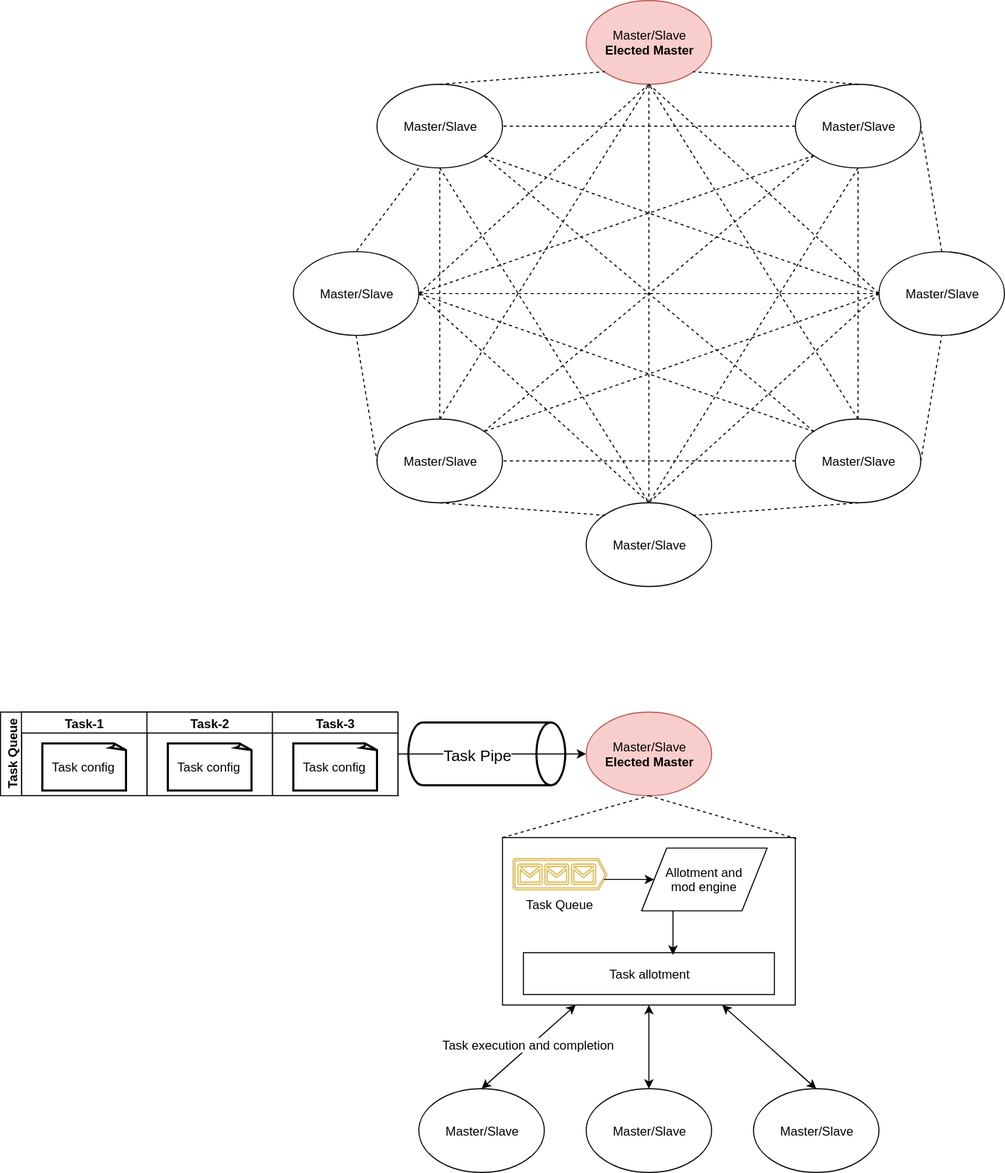
This is DesignDocuments/RepartidoDesign.svg from pwmb/repartido, a draw.io export, as it was before one commit. Source tidied: cells renumbered, new cells last; positions are measured from the earlier drawing's top-left corner, leaving out a move shared by most shapes. Its diagram source:
```xml
<mxGraphModel background="#ffffff">
  <root>
    <mxCell id="0" />
    <mxCell id="1" parent="0" />
    <mxCell id="2" value="Master/Slave" style="ellipse;whiteSpace=wrap;html=1;rounded=0;" parent="1" vertex="1">
      <mxGeometry x="760" y="400" width="120" height="80" as="geometry" />
    </mxCell>
    <mxCell id="3" value="Master/Slave&lt;div&gt;&lt;b&gt;Elected Master&lt;/b&gt;&lt;/div&gt;" style="ellipse;whiteSpace=wrap;html=1;rounded=0;fillColor=#f8cecc;strokeColor=#b85450;" parent="1" vertex="1">
      <mxGeometry x="560" width="120" height="80" as="geometry" />
    </mxCell>
    <mxCell id="4" value="Master/Slave" style="ellipse;whiteSpace=wrap;html=1;rounded=0;" parent="1" vertex="1">
      <mxGeometry x="280" y="240" width="120" height="80" as="geometry" />
    </mxCell>
    <mxCell id="5" value="Master/Slave" style="ellipse;whiteSpace=wrap;html=1;rounded=0;" parent="1" vertex="1">
      <mxGeometry x="760" y="80" width="120" height="80" as="geometry" />
    </mxCell>
    <mxCell id="6" value="Master/Slave" style="ellipse;whiteSpace=wrap;html=1;rounded=0;" parent="1" vertex="1">
      <mxGeometry x="360" y="80" width="120" height="80" as="geometry" />
    </mxCell>
    <mxCell id="7" value="Master/Slave" style="ellipse;whiteSpace=wrap;html=1;rounded=0;" parent="1" vertex="1">
      <mxGeometry x="840" y="240" width="120" height="80" as="geometry" />
    </mxCell>
    <mxCell id="8" value="Master/Slave" style="ellipse;whiteSpace=wrap;html=1;rounded=0;" parent="1" vertex="1">
      <mxGeometry x="560" y="480" width="120" height="80" as="geometry" />
    </mxCell>
    <mxCell id="9" value="Master/Slave" style="ellipse;whiteSpace=wrap;html=1;rounded=0;" parent="1" vertex="1">
      <mxGeometry x="360" y="400" width="120" height="80" as="geometry" />
    </mxCell>
    <mxCell id="10" style="endArrow=none;dashed=1;html=1;entryX=0;entryY=1;exitX=0.5;exitY=0;" parent="1" edge="1" source="6" target="3">
      <mxGeometry relative="1" as="geometry" />
    </mxCell>
    <mxCell id="11" style="endArrow=none;dashed=1;html=1;entryX=1;entryY=1;exitX=0.5;exitY=0;" parent="1" edge="1" source="5" target="3">
      <mxGeometry relative="1" as="geometry" />
    </mxCell>
    <mxCell id="12" style="endArrow=none;dashed=1;html=1;entryX=1;entryY=0.5;exitX=0.5;exitY=0;" parent="1" edge="1" source="7" target="5">
      <mxGeometry relative="1" as="geometry" />
    </mxCell>
    <mxCell id="13" style="endArrow=none;dashed=1;html=1;entryX=0.5;entryY=1;exitX=1;exitY=0;" parent="1" edge="1" source="8" target="2">
      <mxGeometry relative="1" as="geometry" />
    </mxCell>
    <mxCell id="14" style="endArrow=none;dashed=1;html=1;entryX=0;entryY=0;exitX=0.5;exitY=1;" parent="1" edge="1" source="9" target="8">
      <mxGeometry relative="1" as="geometry" />
    </mxCell>
    <mxCell id="15" style="endArrow=none;dashed=1;html=1;entryX=0;entryY=0.5;exitX=0.5;exitY=1;" parent="1" edge="1" source="4" target="9">
      <mxGeometry relative="1" as="geometry" />
    </mxCell>
    <mxCell id="16" style="endArrow=none;dashed=1;html=1;entryX=0.5;entryY=0;" parent="1" edge="1" target="4">
      <mxGeometry relative="1" as="geometry">
        <mxPoint x="400" y="160" as="sourcePoint" />
      </mxGeometry>
    </mxCell>
    <mxCell id="17" style="endArrow=none;dashed=1;html=1;entryX=0.5;entryY=1;exitX=1;exitY=0.5;" parent="1" edge="1" source="2" target="7">
      <mxGeometry relative="1" as="geometry" />
    </mxCell>
    <mxCell id="18" style="endArrow=none;dashed=1;html=1;entryX=0.5;entryY=1;exitX=0.5;exitY=0;" parent="1" edge="1" source="8" target="3">
      <mxGeometry relative="1" as="geometry" />
    </mxCell>
    <mxCell id="19" style="endArrow=none;dashed=1;html=1;entryX=0;entryY=1;exitX=1;exitY=0;" parent="1" edge="1" source="9" target="5">
      <mxGeometry relative="1" as="geometry" />
    </mxCell>
    <mxCell id="20" style="endArrow=none;dashed=1;html=1;entryX=1;entryY=1;exitX=0;exitY=0;" parent="1" edge="1" source="2" target="6">
      <mxGeometry relative="1" as="geometry" />
    </mxCell>
    <mxCell id="21" style="endArrow=none;dashed=1;html=1;entryX=0.5;entryY=1;exitX=0.5;exitY=0;" parent="1" edge="1" source="2" target="3">
      <mxGeometry relative="1" as="geometry" />
    </mxCell>
    <mxCell id="22" style="endArrow=none;dashed=1;html=1;entryX=0.5;entryY=1;exitX=0.5;exitY=0;" parent="1" edge="1" source="9" target="6">
      <mxGeometry relative="1" as="geometry" />
    </mxCell>
    <mxCell id="23" style="endArrow=none;dashed=1;html=1;entryX=0.5;entryY=1;exitX=0.5;exitY=0;" parent="1" edge="1" source="2" target="5">
      <mxGeometry relative="1" as="geometry" />
    </mxCell>
    <mxCell id="24" style="endArrow=none;dashed=1;html=1;entryX=1;entryY=0.5;exitX=0;exitY=0.5;" parent="1" edge="1" source="7" target="4">
      <mxGeometry relative="1" as="geometry" />
    </mxCell>
    <mxCell id="25" style="endArrow=none;dashed=1;html=1;entryX=0.5;entryY=1;exitX=0.5;exitY=0;" parent="1" edge="1" source="9" target="3">
      <mxGeometry relative="1" as="geometry" />
    </mxCell>
    <mxCell id="26" style="endArrow=none;dashed=1;html=1;entryX=0.5;entryY=0;exitX=1;exitY=0.5;" parent="1" edge="1" source="4" target="8">
      <mxGeometry relative="1" as="geometry" />
    </mxCell>
    <mxCell id="27" style="endArrow=none;dashed=1;html=1;entryX=0.5;entryY=0;exitX=0;exitY=0.5;" parent="1" edge="1" source="7" target="8">
      <mxGeometry relative="1" as="geometry" />
    </mxCell>
    <mxCell id="28" style="endArrow=none;dashed=1;html=1;entryX=0.5;entryY=0;exitX=0.5;exitY=1;" parent="1" edge="1" source="6" target="8">
      <mxGeometry relative="1" as="geometry" />
    </mxCell>
    <mxCell id="29" style="endArrow=none;dashed=1;html=1;entryX=0.5;entryY=0;exitX=0.5;exitY=1;" parent="1" edge="1" source="5" target="8">
      <mxGeometry relative="1" as="geometry" />
    </mxCell>
    <mxCell id="30" style="endArrow=none;dashed=1;html=1;entryX=0;entryY=0.5;exitX=0.5;exitY=1;" parent="1" edge="1" source="3" target="7">
      <mxGeometry relative="1" as="geometry" />
    </mxCell>
    <mxCell id="31" style="endArrow=none;dashed=1;html=1;entryX=1;entryY=0.5;exitX=0;exitY=0;" parent="1" edge="1" source="2" target="4">
      <mxGeometry relative="1" as="geometry" />
    </mxCell>
    <mxCell id="32" style="endArrow=none;dashed=1;html=1;entryX=1;entryY=0.5;exitX=0;exitY=0.5;" parent="1" edge="1" source="2" target="9">
      <mxGeometry relative="1" as="geometry" />
    </mxCell>
    <mxCell id="33" style="endArrow=none;dashed=1;html=1;entryX=1;entryY=0.5;exitX=0.5;exitY=1;" parent="1" edge="1" source="3" target="4">
      <mxGeometry relative="1" as="geometry" />
    </mxCell>
    <mxCell id="34" style="endArrow=none;dashed=1;html=1;entryX=1;entryY=0.5;exitX=0;exitY=0.5;" parent="1" edge="1" source="5" target="6">
      <mxGeometry relative="1" as="geometry" />
    </mxCell>
    <mxCell id="35" style="endArrow=none;dashed=1;html=1;entryX=1;entryY=0.5;exitX=0;exitY=1;" parent="1" edge="1" source="5" target="4">
      <mxGeometry relative="1" as="geometry" />
    </mxCell>
    <mxCell id="36" style="endArrow=none;dashed=1;html=1;entryX=1;entryY=0;exitX=0;exitY=0.5;" parent="1" edge="1" source="7" target="9">
      <mxGeometry relative="1" as="geometry" />
    </mxCell>
    <mxCell id="37" style="endArrow=none;dashed=1;html=1;entryX=1;entryY=1;exitX=0;exitY=0.5;" parent="1" edge="1" source="7" target="6">
      <mxGeometry relative="1" as="geometry" />
    </mxCell>
    <mxCell id="38" value="Master/Slave&lt;div&gt;&lt;b&gt;Elected Master&lt;/b&gt;&lt;/div&gt;" style="ellipse;whiteSpace=wrap;html=1;rounded=0;fillColor=#f8cecc;strokeColor=#b85450;" parent="1" vertex="1">
      <mxGeometry x="560" y="680" width="120" height="80" as="geometry" />
    </mxCell>
    <mxCell id="39" value="Master/Slave" style="ellipse;whiteSpace=wrap;html=1;rounded=0;" parent="1" vertex="1">
      <mxGeometry x="560" y="1040" width="120" height="80" as="geometry" />
    </mxCell>
    <mxCell id="40" value="Task Queue" style="swimlane;html=1;startSize=20;horizontal=0;rounded=0;" parent="1" vertex="1">
      <mxGeometry y="680" width="380" height="80" as="geometry" />
    </mxCell>
    <mxCell id="41" value="Task-1" style="swimlane;html=1;startSize=20;" parent="40" vertex="1">
      <mxGeometry x="20" width="120" height="80" as="geometry" />
    </mxCell>
    <mxCell id="42" value="Task config" style="strokeWidth=2;whiteSpace=wrap;html=1;shape=mxgraph.basic.document;rounded=0;" parent="41" vertex="1">
      <mxGeometry x="20" y="30" width="80" height="45" as="geometry" />
    </mxCell>
    <mxCell id="43" value="Task-2" style="swimlane;html=1;startSize=20;" parent="40" vertex="1">
      <mxGeometry x="140" width="120" height="80" as="geometry" />
    </mxCell>
    <mxCell id="44" value="Task config" style="strokeWidth=2;whiteSpace=wrap;html=1;shape=mxgraph.basic.document;rounded=0;" parent="43" vertex="1">
      <mxGeometry x="20" y="30" width="80" height="45" as="geometry" />
    </mxCell>
    <mxCell id="45" value="Task-3" style="swimlane;html=1;startSize=20;" parent="40" vertex="1">
      <mxGeometry x="260" width="120" height="80" as="geometry" />
    </mxCell>
    <mxCell id="46" value="Task config" style="strokeWidth=2;whiteSpace=wrap;html=1;shape=mxgraph.basic.document;rounded=0;" parent="45" vertex="1">
      <mxGeometry x="20" y="30" width="80" height="45" as="geometry" />
    </mxCell>
    <mxCell id="47" style="strokeWidth=2;html=1;shape=mxgraph.flowchart.direct_data;whiteSpace=wrap;rounded=0;" parent="1" vertex="1">
      <mxGeometry x="390" y="690" width="150" height="60" as="geometry" />
    </mxCell>
    <mxCell id="48" style="endArrow=classic;html=1;entryX=0;entryY=0.5;exitX=1;exitY=0.5;" parent="1" edge="1" source="45" target="38">
      <mxGeometry relative="1" as="geometry" />
    </mxCell>
    <mxCell id="49" value="&lt;font style=&quot;font-size: 15px&quot;&gt;Task Pipe&lt;/font&gt;" style="text;html=1;align=center;verticalAlign=middle;labelBackgroundColor=#ffffff;" parent="48" vertex="1">
      <mxGeometry x="-0.16" relative="1" as="geometry" />
    </mxCell>
    <mxCell id="50" value="Master/Slave" style="ellipse;whiteSpace=wrap;html=1;rounded=0;" parent="1" vertex="1">
      <mxGeometry x="400" y="1040" width="120" height="80" as="geometry" />
    </mxCell>
    <mxCell id="51" value="Master/Slave" style="ellipse;whiteSpace=wrap;html=1;rounded=0;" parent="1" vertex="1">
      <mxGeometry x="720" y="1040" width="120" height="80" as="geometry" />
    </mxCell>
    <mxCell id="52" style="rounded=0;whiteSpace=wrap;html=1;" parent="1" vertex="1">
      <mxGeometry x="480" y="800" width="280" height="160" as="geometry" />
    </mxCell>
    <mxCell id="53" style="endArrow=none;dashed=1;html=1;entryX=0.5;entryY=1;exitX=1.004;exitY=0.006;exitPerimeter=0;" parent="1" edge="1" source="52" target="38">
      <mxGeometry relative="1" as="geometry" />
    </mxCell>
    <mxCell id="54" style="endArrow=none;dashed=1;html=1;entryX=0.5;entryY=1;exitX=0;exitY=0;exitPerimeter=0;" parent="1" edge="1" source="52" target="38">
      <mxGeometry relative="1" as="geometry" />
    </mxCell>
    <mxCell id="55" value="Task Queue" style="verticalLabelPosition=bottom;html=1;verticalAlign=top;strokeColor=#d6b656;fillColor=#fff2cc;shape=mxgraph.azure.queue_generic;" parent="1" vertex="1">
      <mxGeometry x="490" y="820" width="90" height="30" as="geometry" />
    </mxCell>
    <mxCell id="56" style="endArrow=classic;html=1;entryX=0;entryY=0.5;exitX=0.967;exitY=0.667;exitPerimeter=0;" parent="1" edge="1" source="55" target="57">
      <mxGeometry relative="1" as="geometry" />
    </mxCell>
    <mxCell id="57" value="Allotment and&lt;div&gt;mod engine&lt;/div&gt;" style="shape=parallelogram;perimeter=parallelogramPerimeter;whiteSpace=wrap;html=1;" parent="1" vertex="1">
      <mxGeometry x="613" y="810" width="120" height="60" as="geometry" />
    </mxCell>
    <mxCell id="58" value="Task allotment" style="rounded=0;whiteSpace=wrap;html=1;" parent="1" vertex="1">
      <mxGeometry x="500" y="910" width="240" height="40" as="geometry" />
    </mxCell>
    <mxCell id="59" style="endArrow=classic;html=1;exitX=0.25;exitY=1;entryX=0.596;entryY=0.05;entryPerimeter=0;" parent="1" edge="1" source="57" target="58">
      <mxGeometry relative="1" as="geometry" />
    </mxCell>
    <mxCell id="60" style="endArrow=classic;startArrow=classic;html=1;entryX=0.25;entryY=1;exitX=0.5;exitY=0;" parent="1" edge="1" source="50" target="52">
      <mxGeometry relative="1" as="geometry" />
    </mxCell>
    <mxCell id="61" value="Task execution and completion" style="text;html=1;align=center;verticalAlign=middle;labelBackgroundColor=#ffffff;" parent="60" vertex="1">
      <mxGeometry x="0.01" y="2" relative="1" as="geometry" />
    </mxCell>
    <mxCell id="62" style="endArrow=classic;startArrow=classic;html=1;entryX=0.5;entryY=1;" parent="1" edge="1" source="39" target="52">
      <mxGeometry relative="1" as="geometry" />
    </mxCell>
    <mxCell id="63" style="endArrow=classic;startArrow=classic;html=1;entryX=0.75;entryY=1;exitX=0.5;exitY=0;" parent="1" edge="1" source="51" target="52">
      <mxGeometry relative="1" as="geometry" />
    </mxCell>
  </root>
</mxGraphModel>
```
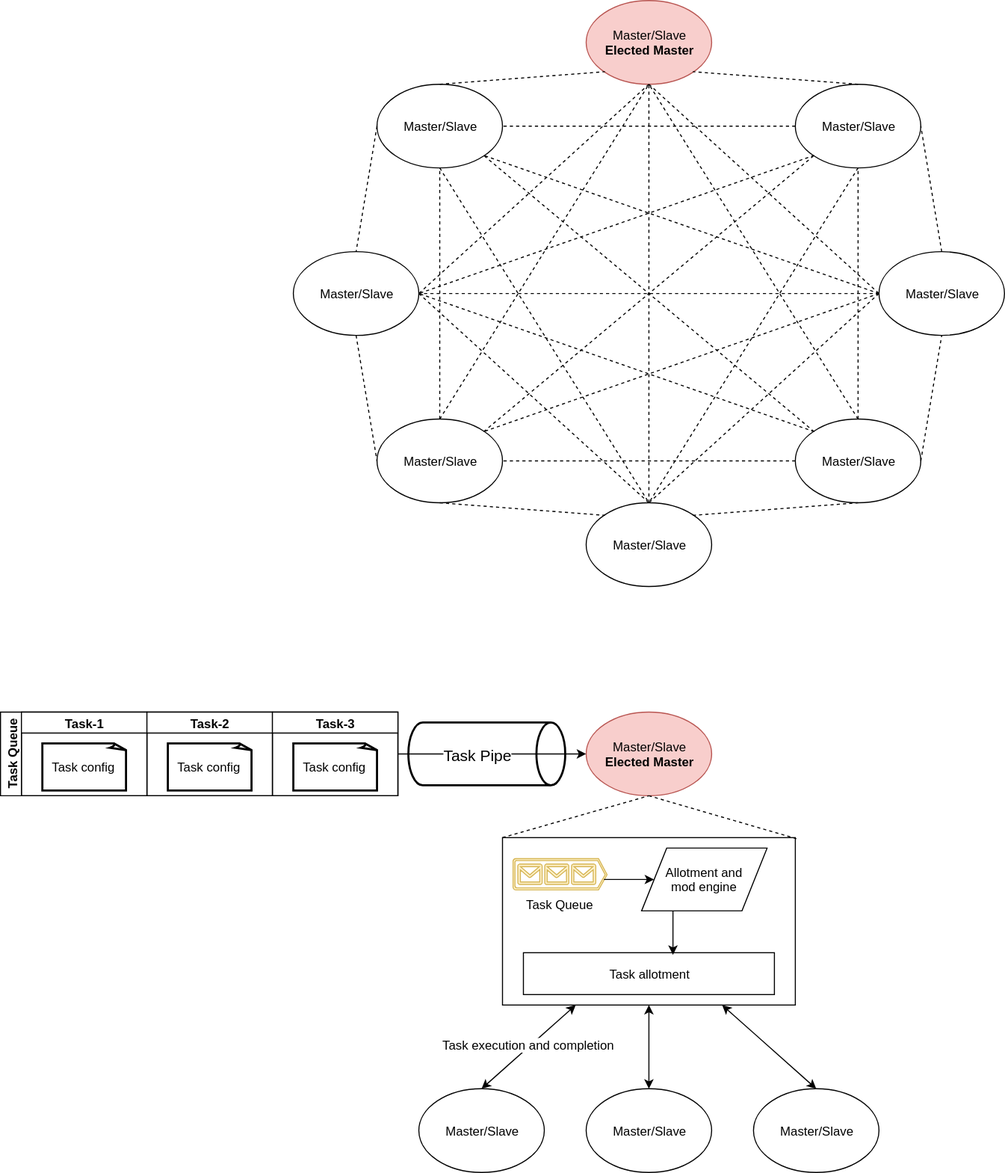
The same file after the commit.

What changed in the source:
```diff
@@ -44,10 +44,8 @@
     <mxCell id="15" style="endArrow=none;dashed=1;html=1;entryX=0;entryY=0.5;exitX=0.5;exitY=1;" parent="1" edge="1" source="4" target="9">
       <mxGeometry relative="1" as="geometry" />
     </mxCell>
-    <mxCell id="16" style="endArrow=none;dashed=1;html=1;entryX=0.5;entryY=0;" parent="1" edge="1" target="4">
-      <mxGeometry relative="1" as="geometry">
-        <mxPoint x="400" y="160" as="sourcePoint" />
-      </mxGeometry>
+    <mxCell id="16" style="endArrow=none;dashed=1;html=1;entryX=0.5;entryY=0;exitX=0;exitY=0.5;" parent="1" edge="1" source="6" target="4">
+      <mxGeometry relative="1" as="geometry" />
     </mxCell>
     <mxCell id="17" style="endArrow=none;dashed=1;html=1;entryX=0.5;entryY=1;exitX=1;exitY=0.5;" parent="1" edge="1" source="2" target="7">
       <mxGeometry relative="1" as="geometry" />
```
